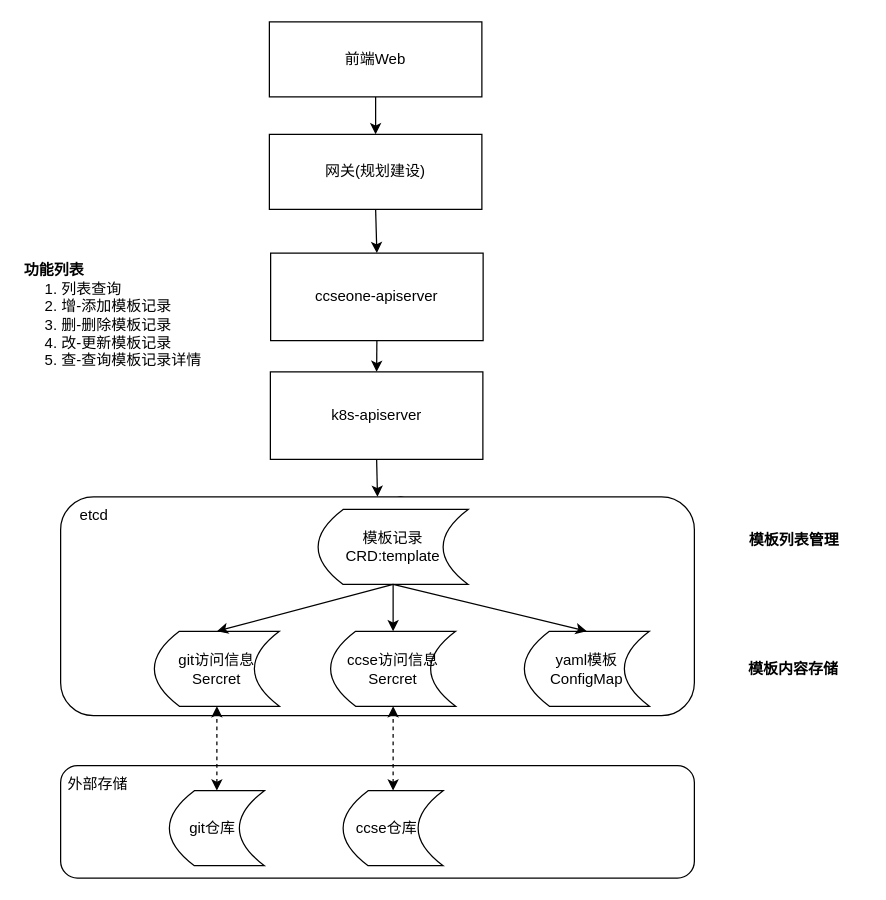
Tiny-VS-Lina/ccse keeps this draw.io diagram as page "架构图" (1 of 2) of drawio/ccse-模板仓库01.drawio. Above is the earlier version. Source tidied: cells renumbered, new cells numbered last; positions are measured from the earlier drawing's top-left corner, leaving out a move shared by most shapes. Both pictures are drawn from the tidied source at 125%, with x=0, y=0 at pixel (21, 21).
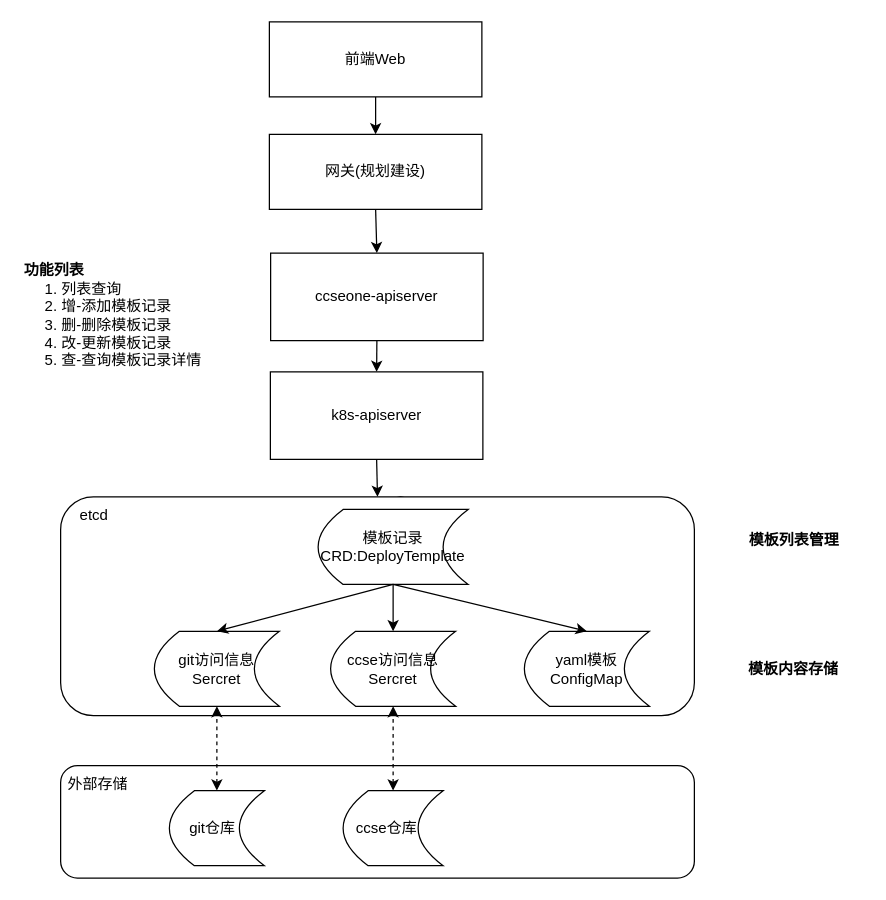
Above is the later version.

Commit message:
更新ccse-模板仓库01.drawio

The change refers to these unchanged cells:
```xml
<mxCell id="2" style="group;" parent="1" vertex="1">
  <mxGeometry x="28" y="380" width="510" height="175" as="geometry" />
</mxCell>
```

Change to the diagram source:
```diff
@@
-    <mxCell id="5" value="模板记录&lt;br&gt;CRD:template" style="shape=dataStorage;whiteSpace=wrap;html=1;fixedSize=1;" parent="2" vertex="1">
+    <mxCell id="5" value="模板记录&lt;br&gt;CRD:DeployTemplate" style="shape=dataStorage;whiteSpace=wrap;html=1;fixedSize=1;" parent="2" vertex="1">
       <mxGeometry x="209" y="10" width="120" height="60" as="geometry" />
     </mxCell>
```
